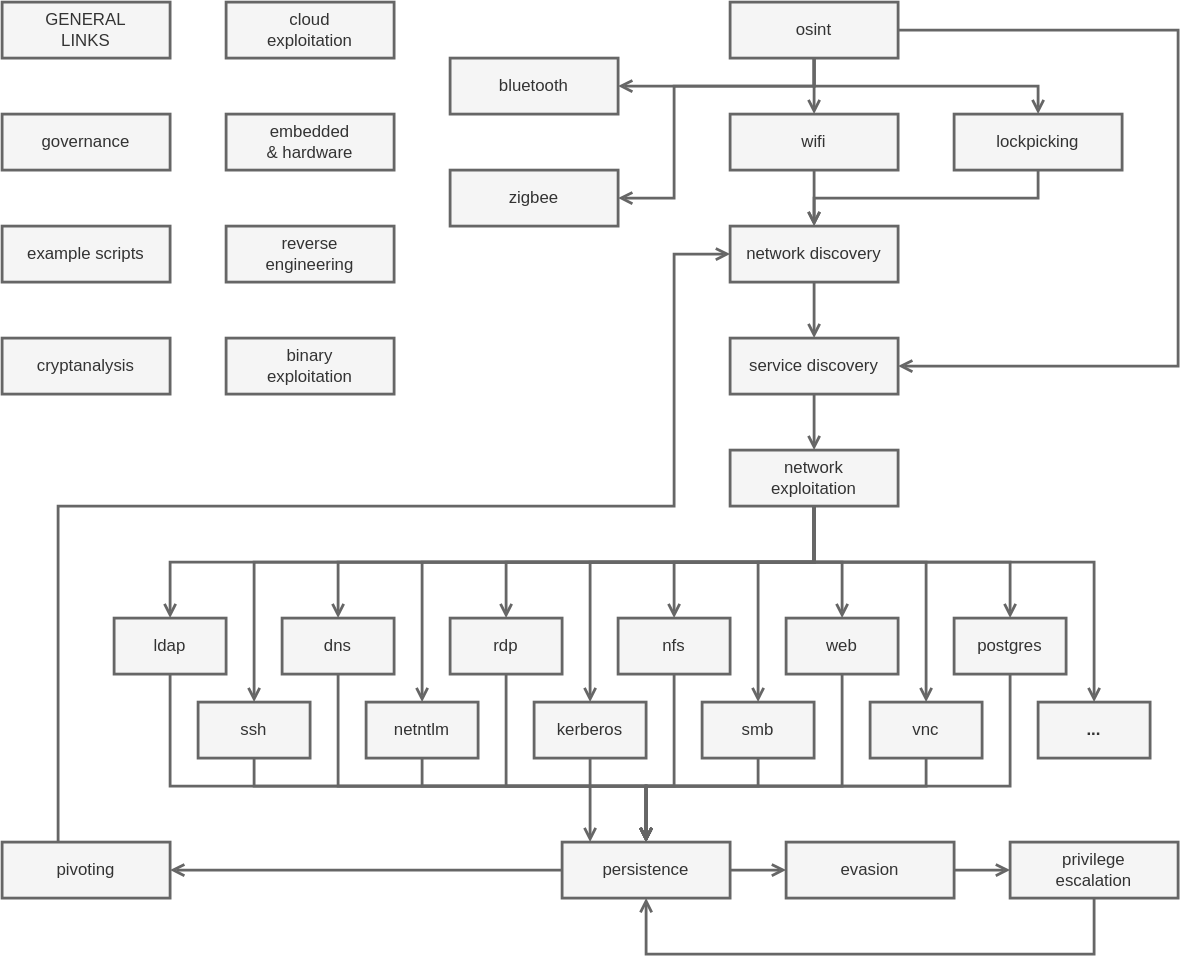
Before: posts/notes/pwn/tree.svg, a diagram exported from draw.io (0b11stan/blog). Source tidied: cells renumbered, new cells last; positions are measured from the earlier drawing's top-left corner, leaving out a move shared by most shapes.
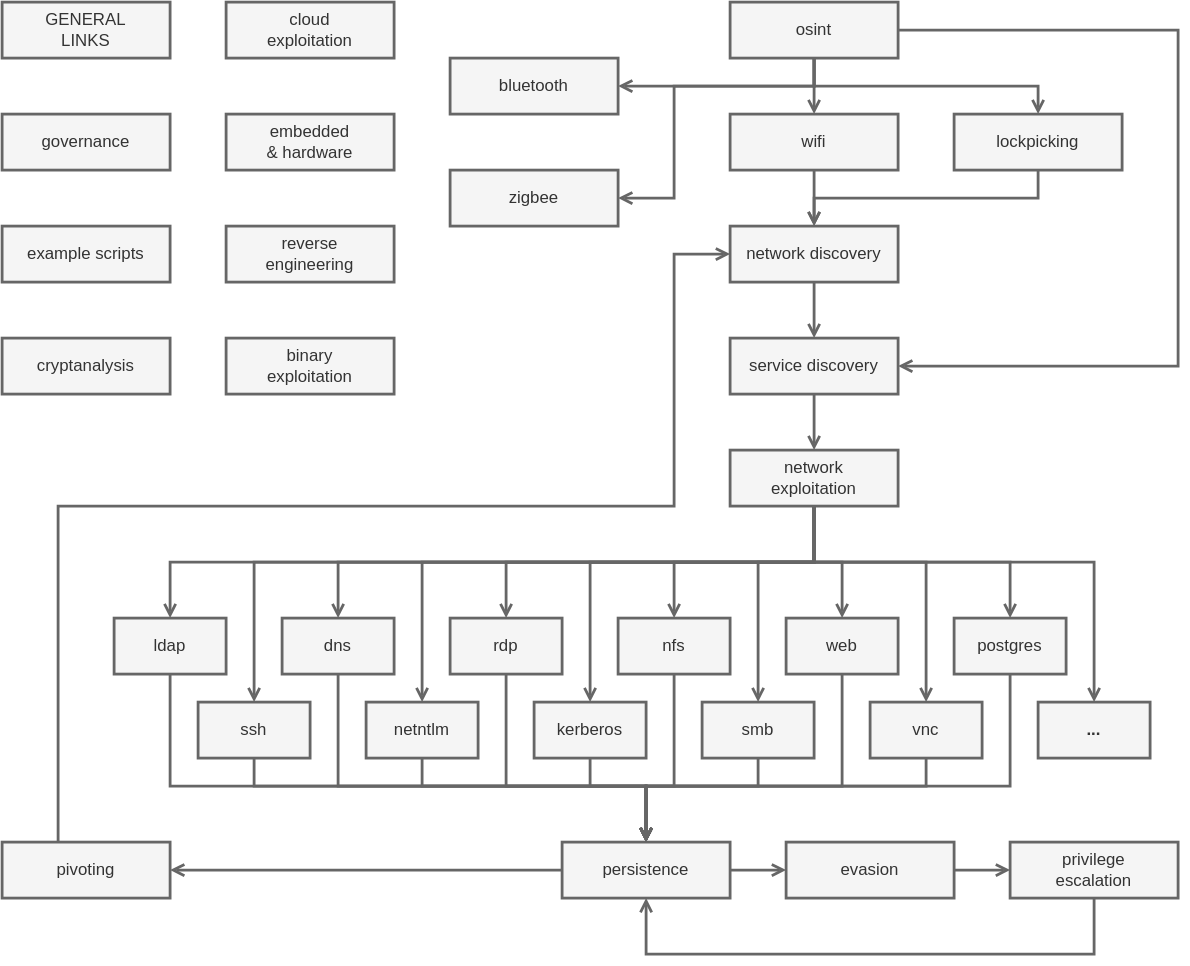
Above is the later version.

Change to the diagram source:
```diff
@@ -266,11 +266,11 @@
     <mxCell id="47" value="ssh" style="rounded=0;whiteSpace=wrap;html=1;fillColor=#f5f5f5;fontColor=#333333;strokeColor=#666666;strokeWidth=2;" parent="1" vertex="1">
       <mxGeometry x="140" y="500" width="80" height="40" as="geometry" />
     </mxCell>
-    <mxCell id="48" style="edgeStyle=orthogonalEdgeStyle;rounded=0;jettySize=auto;html=1;endArrow=open;endFill=0;strokeWidth=2;fillColor=#f5f5f5;strokeColor=#666666;" parent="1" edge="1" source="49" target="37">
+    <mxCell id="48" style="edgeStyle=orthogonalEdgeStyle;rounded=0;jettySize=auto;html=1;endArrow=open;endFill=0;strokeWidth=2;fillColor=#f5f5f5;strokeColor=#666666;entryX=0.5;entryY=0;entryDx=0;entryDy=0;" parent="1" edge="1" source="49" target="37">
       <mxGeometry relative="1" as="geometry">
         <Array as="points">
-          <mxPoint x="420" y="540" />
-          <mxPoint x="460" y="540" />
+          <mxPoint x="420" y="560" />
+          <mxPoint x="460" y="560" />
         </Array>
       </mxGeometry>
     </mxCell>
```
